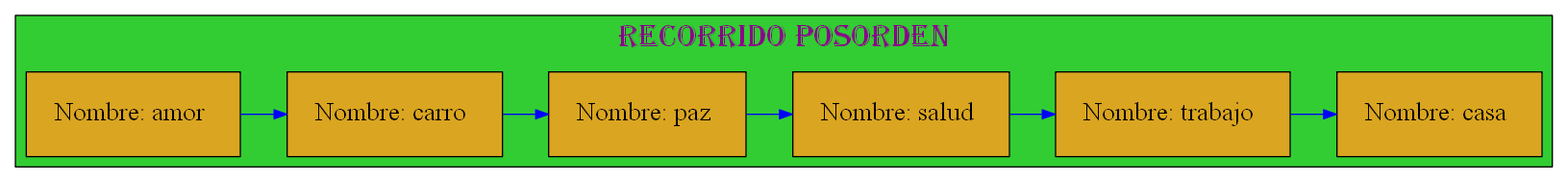
This is Graficas/Recorrido_Posorden.dot.png from mariotun/EDD_1S2020_PY1_201602942, a Graphviz export, as it was before one commit. Its source is kept beside it as Graficas/Recorrido_Posorden.dot.
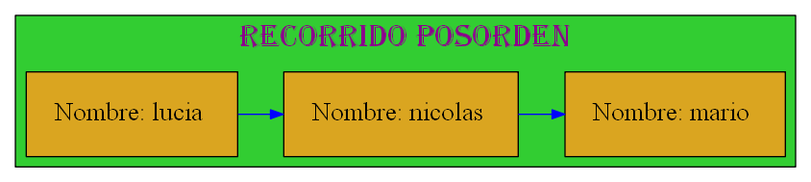
After the change.

Diff of the diagram source:
```diff
@@ -13,14 +13,11 @@
 node[margin=0.3 shape=box style=filled fontcolor=black fillcolor=goldenrod fontsize=20];
 {rank=same;
 
-25770476704[label="Nombre: amor " ];
-25770476048[label="Nombre: carro " ];
-25770477264[label="Nombre: paz " ];
-25770476256[label="Nombre: salud " ];
-25770476448[label="Nombre: trabajo " ];
-25770475840[label="Nombre: casa " ];
+25770489296[label="Nombre: lucia " ];
+25770490768[label="Nombre: nicolas " ];
+25770476720[label="Nombre: mario " ];
 };
-25770476704 -> 25770476048 -> 25770477264 -> 25770476256 -> 25770476448 -> 25770475840
+25770489296 -> 25770490768 -> 25770476720
 
 [color=blue ];
 }
```
